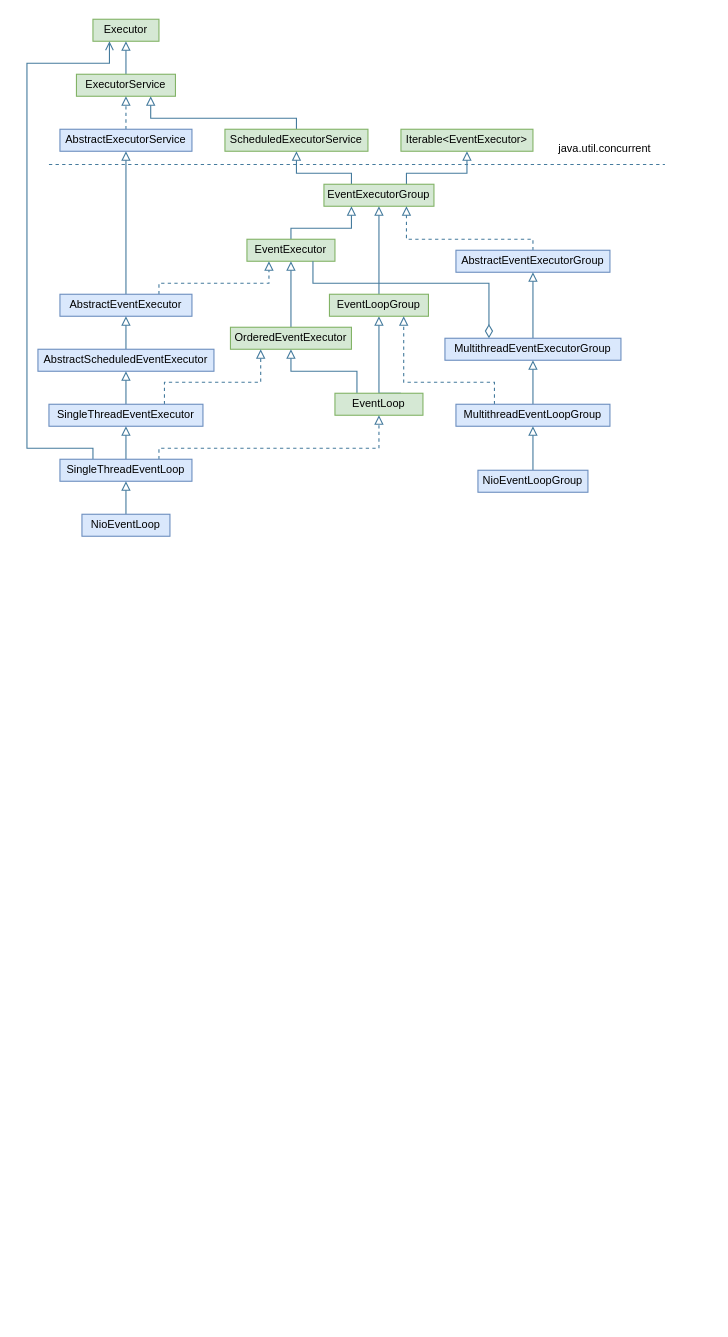
Earlier version of the draw.io diagram page "EventLoopGroup" (2 of 4) of drawio/netty.drawio (shanhm1991/shanhm1991.github.io). Source tidied: cells renumbered, new cells numbered last; positions are measured from the earlier drawing's top-left corner, leaving out a move shared by most shapes. Both pictures are drawn from the tidied source at 110%, with x=0, y=0 at pixel (26, 19).
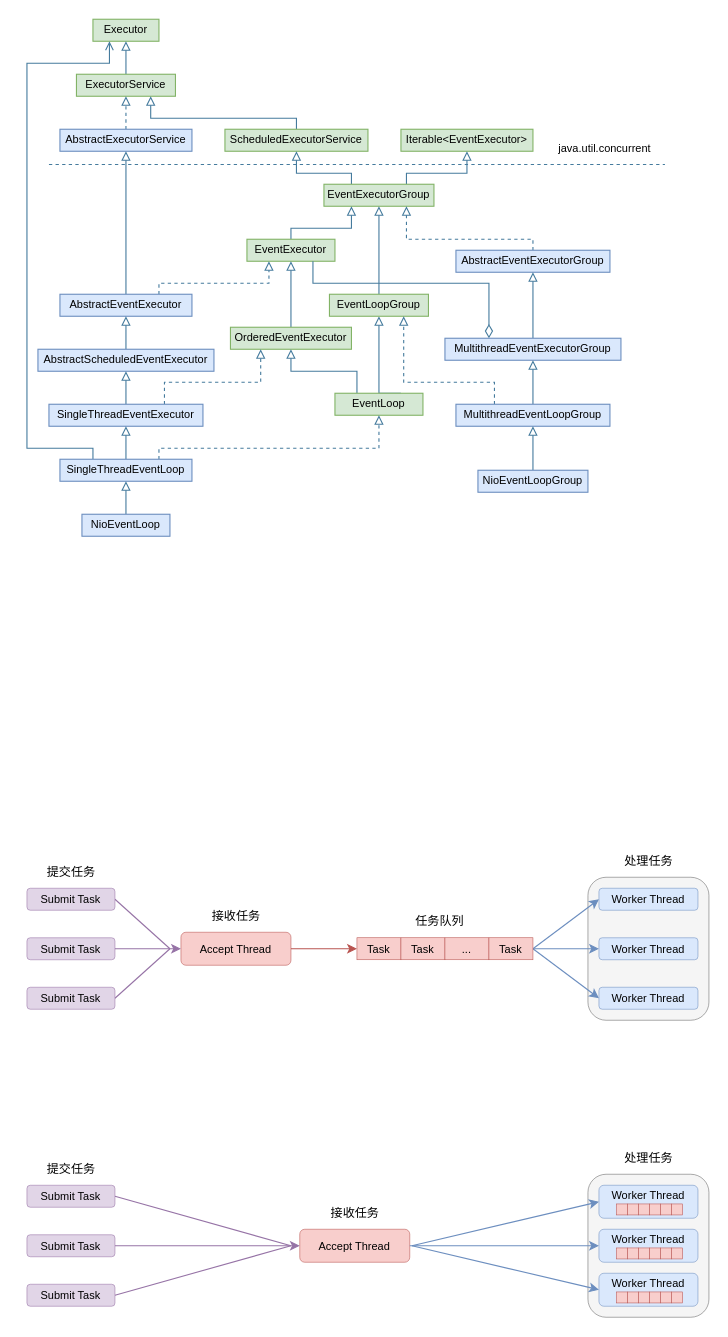
Above is the later version.

The edit, as a diff of the source:
```diff
@@
+    <mxCell id="48" style="rounded=1;whiteSpace=wrap;html=1;fillColor=#f5f5f5;strokeColor=#666666;strokeWidth=0.5;fontColor=#333333;" parent="1" vertex="1">
+      <mxGeometry x="510" y="780" width="110" height="130" as="geometry" />
+    </mxCell>
@@
+    <mxCell id="49" style="edgeStyle=none;shape=connector;rounded=0;jettySize=auto;html=1;exitX=1;exitY=0.5;exitDx=0;exitDy=0;entryX=0;entryY=0.5;entryDx=0;entryDy=0;labelBackgroundColor=default;strokeColor=#b85450;fontFamily=Helvetica;fontSize=10;fontColor=default;endArrow=classic;fillColor=#f8cecc;" parent="1" edge="1" source="50" target="57">
+      <mxGeometry relative="1" as="geometry" />
+    </mxCell>
+    <mxCell id="50" value="Accept Thread" style="rounded=1;whiteSpace=wrap;html=1;fillColor=#f8cecc;strokeColor=#b85450;strokeWidth=0.5;fontSize=10;" parent="1" vertex="1">
+      <mxGeometry x="140" y="830" width="100" height="30" as="geometry" />
+    </mxCell>
+    <mxCell id="51" style="rounded=0;jettySize=auto;html=1;exitX=1;exitY=0.5;exitDx=0;exitDy=0;entryX=0;entryY=0.5;entryDx=0;entryDy=0;fillColor=#e1d5e7;strokeColor=#9673a6;" parent="1" edge="1" source="52" target="50">
+      <mxGeometry relative="1" as="geometry" />
+    </mxCell>
+    <mxCell id="52" value="Submit Task" style="rounded=1;whiteSpace=wrap;html=1;fillColor=#e1d5e7;strokeColor=#9673a6;strokeWidth=0.5;fontSize=10;" parent="1" vertex="1">
+      <mxGeometry y="835" width="80" height="20" as="geometry" />
+    </mxCell>
+    <mxCell id="53" style="edgeStyle=none;shape=connector;rounded=0;jettySize=auto;html=1;exitX=1;exitY=0.5;exitDx=0;exitDy=0;labelBackgroundColor=default;strokeColor=#9673a6;fontFamily=Helvetica;fontSize=11;fontColor=default;endArrow=none;fillColor=#e1d5e7;endFill=0;" parent="1" edge="1" source="54">
+      <mxGeometry relative="1" as="geometry">
+        <mxPoint x="130" y="845" as="targetPoint" />
+      </mxGeometry>
+    </mxCell>
+    <mxCell id="54" value="Submit Task" style="rounded=1;whiteSpace=wrap;html=1;fillColor=#e1d5e7;strokeColor=#9673a6;strokeWidth=0.5;fontSize=10;" parent="1" vertex="1">
+      <mxGeometry y="790" width="80" height="20" as="geometry" />
+    </mxCell>
+    <mxCell id="55" style="edgeStyle=none;shape=connector;rounded=0;jettySize=auto;html=1;exitX=1;exitY=0.5;exitDx=0;exitDy=0;labelBackgroundColor=default;strokeColor=#9673a6;fontFamily=Helvetica;fontSize=11;fontColor=default;endArrow=none;fillColor=#e1d5e7;endFill=0;" parent="1" edge="1" source="56">
+      <mxGeometry relative="1" as="geometry">
+        <mxPoint x="130" y="845" as="targetPoint" />
+      </mxGeometry>
+    </mxCell>
+    <mxCell id="56" value="Submit Task" style="rounded=1;whiteSpace=wrap;html=1;fillColor=#e1d5e7;strokeColor=#9673a6;strokeWidth=0.5;fontSize=10;" parent="1" vertex="1">
+      <mxGeometry y="880" width="80" height="20" as="geometry" />
+    </mxCell>
+    <mxCell id="57" value="Task" style="rounded=0;whiteSpace=wrap;html=1;fillColor=#f8cecc;strokeColor=#b85450;strokeWidth=0.5;fontSize=10;" parent="1" vertex="1">
+      <mxGeometry x="300" y="835" width="40" height="20" as="geometry" />
+    </mxCell>
+    <mxCell id="58" value="Task" style="rounded=0;whiteSpace=wrap;html=1;fillColor=#f8cecc;strokeColor=#b85450;strokeWidth=0.5;fontSize=10;" parent="1" vertex="1">
+      <mxGeometry x="340" y="835" width="40" height="20" as="geometry" />
+    </mxCell>
+    <mxCell id="59" value="..." style="rounded=0;whiteSpace=wrap;html=1;fillColor=#f8cecc;strokeColor=#b85450;strokeWidth=0.5;fontSize=10;" parent="1" vertex="1">
+      <mxGeometry x="380" y="835" width="40" height="20" as="geometry" />
+    </mxCell>
+    <mxCell id="60" style="edgeStyle=none;shape=connector;rounded=0;jettySize=auto;html=1;exitX=1;exitY=0.5;exitDx=0;exitDy=0;entryX=0;entryY=0.5;entryDx=0;entryDy=0;labelBackgroundColor=default;strokeColor=#6c8ebf;fontFamily=Helvetica;fontSize=11;fontColor=default;endArrow=classic;fillColor=#dae8fc;" parent="1" edge="1" source="63" target="64">
+      <mxGeometry relative="1" as="geometry" />
+    </mxCell>
+    <mxCell id="61" style="edgeStyle=none;shape=connector;rounded=0;jettySize=auto;html=1;exitX=1;exitY=0.5;exitDx=0;exitDy=0;entryX=0;entryY=0.5;entryDx=0;entryDy=0;labelBackgroundColor=default;strokeColor=#6c8ebf;fontFamily=Helvetica;fontSize=10;fontColor=default;endArrow=classic;fillColor=#dae8fc;" parent="1" edge="1" source="63" target="66">
+      <mxGeometry relative="1" as="geometry" />
+    </mxCell>
+    <mxCell id="62" style="edgeStyle=none;shape=connector;rounded=0;jettySize=auto;html=1;exitX=1;exitY=0.5;exitDx=0;exitDy=0;entryX=0;entryY=0.5;entryDx=0;entryDy=0;labelBackgroundColor=default;strokeColor=#6c8ebf;fontFamily=Helvetica;fontSize=10;fontColor=default;endArrow=classic;fillColor=#dae8fc;" parent="1" edge="1" source="63" target="65">
+      <mxGeometry relative="1" as="geometry" />
+    </mxCell>
+    <mxCell id="63" value="Task" style="rounded=0;whiteSpace=wrap;html=1;fillColor=#f8cecc;strokeColor=#b85450;strokeWidth=0.5;fontSize=10;" parent="1" vertex="1">
+      <mxGeometry x="420" y="835" width="40" height="20" as="geometry" />
+    </mxCell>
+    <mxCell id="64" value="Worker Thread" style="rounded=1;whiteSpace=wrap;html=1;fillColor=#dae8fc;strokeColor=#6c8ebf;strokeWidth=0.5;fontSize=10;" parent="1" vertex="1">
+      <mxGeometry x="520" y="790" width="90" height="20" as="geometry" />
+    </mxCell>
+    <mxCell id="65" value="Worker Thread" style="rounded=1;whiteSpace=wrap;html=1;fillColor=#dae8fc;strokeColor=#6c8ebf;strokeWidth=0.5;fontSize=10;" parent="1" vertex="1">
+      <mxGeometry x="520" y="880" width="90" height="20" as="geometry" />
+    </mxCell>
+    <mxCell id="66" value="Worker Thread" style="rounded=1;whiteSpace=wrap;html=1;fillColor=#dae8fc;strokeColor=#6c8ebf;strokeWidth=0.5;fontSize=10;" parent="1" vertex="1">
+      <mxGeometry x="520" y="835" width="90" height="20" as="geometry" />
+    </mxCell>
+    <mxCell id="67" value="接收任务" style="text;html=1;align=center;verticalAlign=middle;strokeColor=none;fillColor=none;fontSize=11;fontFamily=Helvetica;fontColor=default;" parent="1" vertex="1">
+      <mxGeometry x="155" y="800" width="70" height="30" as="geometry" />
+    </mxCell>
+    <mxCell id="68" value="任务队列" style="text;html=1;align=center;verticalAlign=middle;strokeColor=none;fillColor=none;fontSize=11;fontFamily=Helvetica;fontColor=default;" parent="1" vertex="1">
+      <mxGeometry x="340" y="805" width="70" height="30" as="geometry" />
+    </mxCell>
+    <mxCell id="69" value="处理任务" style="text;html=1;align=center;verticalAlign=middle;strokeColor=none;fillColor=none;fontSize=11;fontFamily=Helvetica;fontColor=default;" parent="1" vertex="1">
+      <mxGeometry x="530" y="750" width="70" height="30" as="geometry" />
+    </mxCell>
+    <mxCell id="70" value="提交任务" style="text;html=1;align=center;verticalAlign=middle;strokeColor=none;fillColor=none;fontSize=11;fontFamily=Helvetica;fontColor=default;" parent="1" vertex="1">
+      <mxGeometry x="5" y="760" width="70" height="30" as="geometry" />
+    </mxCell>
+    <mxCell id="71" style="rounded=1;whiteSpace=wrap;html=1;fillColor=#f5f5f5;strokeColor=#666666;strokeWidth=0.5;fontColor=#333333;fontSize=10;" parent="1" vertex="1">
+      <mxGeometry x="510" y="1050" width="110" height="130" as="geometry" />
+    </mxCell>
+    <mxCell id="72" value="Accept Thread" style="rounded=1;whiteSpace=wrap;html=1;fillColor=#f8cecc;strokeColor=#b85450;strokeWidth=0.5;fontSize=10;" parent="1" vertex="1">
+      <mxGeometry x="248" y="1100" width="100" height="30" as="geometry" />
+    </mxCell>
+    <mxCell id="73" style="rounded=0;jettySize=auto;html=1;exitX=1;exitY=0.5;exitDx=0;exitDy=0;entryX=0;entryY=0.5;entryDx=0;entryDy=0;fillColor=#e1d5e7;strokeColor=#9673a6;" parent="1" edge="1" source="74" target="72">
+      <mxGeometry relative="1" as="geometry" />
+    </mxCell>
+    <mxCell id="74" value="Submit Task" style="rounded=1;whiteSpace=wrap;html=1;fillColor=#e1d5e7;strokeColor=#9673a6;strokeWidth=0.5;fontSize=10;" parent="1" vertex="1">
+      <mxGeometry y="1105" width="80" height="20" as="geometry" />
+    </mxCell>
+    <mxCell id="75" style="edgeStyle=none;shape=connector;rounded=0;jettySize=auto;html=1;exitX=1;exitY=0.5;exitDx=0;exitDy=0;labelBackgroundColor=default;strokeColor=#9673a6;fontFamily=Helvetica;fontSize=11;fontColor=default;endArrow=none;fillColor=#e1d5e7;endFill=0;" parent="1" edge="1" source="76">
+      <mxGeometry relative="1" as="geometry">
+        <mxPoint x="240" y="1115" as="targetPoint" />
+      </mxGeometry>
+    </mxCell>
+    <mxCell id="76" value="Submit Task" style="rounded=1;whiteSpace=wrap;html=1;fillColor=#e1d5e7;strokeColor=#9673a6;strokeWidth=0.5;fontSize=10;" parent="1" vertex="1">
+      <mxGeometry y="1060" width="80" height="20" as="geometry" />
+    </mxCell>
+    <mxCell id="77" style="edgeStyle=none;shape=connector;rounded=0;jettySize=auto;html=1;exitX=1;exitY=0.5;exitDx=0;exitDy=0;labelBackgroundColor=default;strokeColor=#9673a6;fontFamily=Helvetica;fontSize=11;fontColor=default;endArrow=none;fillColor=#e1d5e7;endFill=0;" parent="1" edge="1" source="78">
+      <mxGeometry relative="1" as="geometry">
+        <mxPoint x="240" y="1115" as="targetPoint" />
+      </mxGeometry>
+    </mxCell>
+    <mxCell id="78" value="Submit Task" style="rounded=1;whiteSpace=wrap;html=1;fillColor=#e1d5e7;strokeColor=#9673a6;strokeWidth=0.5;fontSize=10;" parent="1" vertex="1">
+      <mxGeometry y="1150" width="80" height="20" as="geometry" />
+    </mxCell>
+    <mxCell id="79" style="edgeStyle=none;shape=connector;rounded=0;jettySize=auto;html=1;entryX=0;entryY=0.5;entryDx=0;entryDy=0;labelBackgroundColor=default;strokeColor=#6c8ebf;fontFamily=Helvetica;fontSize=10;fontColor=default;endArrow=classic;fillColor=#dae8fc;" parent="1" edge="1" target="82">
+      <mxGeometry relative="1" as="geometry">
+        <mxPoint x="350" y="1115" as="sourcePoint" />
+      </mxGeometry>
+    </mxCell>
+    <mxCell id="80" style="edgeStyle=none;shape=connector;rounded=0;jettySize=auto;html=1;exitX=1;exitY=0.5;exitDx=0;exitDy=0;entryX=0;entryY=0.5;entryDx=0;entryDy=0;labelBackgroundColor=default;strokeColor=#6c8ebf;fontFamily=Helvetica;fontSize=10;fontColor=default;endArrow=classic;fillColor=#dae8fc;" parent="1" edge="1" source="72" target="84">
+      <mxGeometry relative="1" as="geometry" />
+    </mxCell>
+    <mxCell id="81" style="edgeStyle=none;shape=connector;rounded=0;jettySize=auto;html=1;entryX=0;entryY=0.5;entryDx=0;entryDy=0;labelBackgroundColor=default;strokeColor=#6c8ebf;fontFamily=Helvetica;fontSize=10;fontColor=default;endArrow=classic;fillColor=#dae8fc;" parent="1" edge="1" target="83">
+      <mxGeometry relative="1" as="geometry">
+        <mxPoint x="350" y="1115" as="sourcePoint" />
+      </mxGeometry>
+    </mxCell>
+    <mxCell id="82" value="Worker Thread&lt;br&gt;&amp;nbsp;&amp;nbsp;" style="rounded=1;whiteSpace=wrap;html=1;fillColor=#dae8fc;strokeColor=#6c8ebf;strokeWidth=0.5;fontSize=10;" parent="1" vertex="1">
+      <mxGeometry x="520" y="1060" width="90" height="30" as="geometry" />
+    </mxCell>
+    <mxCell id="83" value="Worker Thread&lt;br&gt;&amp;nbsp;" style="rounded=1;whiteSpace=wrap;html=1;fillColor=#dae8fc;strokeColor=#6c8ebf;strokeWidth=0.5;fontSize=10;" parent="1" vertex="1">
+      <mxGeometry x="520" y="1140" width="90" height="30" as="geometry" />
+    </mxCell>
+    <mxCell id="84" value="Worker Thread&lt;br&gt;&amp;nbsp;" style="rounded=1;whiteSpace=wrap;html=1;fillColor=#dae8fc;strokeColor=#6c8ebf;strokeWidth=0.5;fontSize=10;" parent="1" vertex="1">
+      <mxGeometry x="520" y="1100" width="90" height="30" as="geometry" />
+    </mxCell>
+    <mxCell id="85" value="接收任务" style="text;html=1;align=center;verticalAlign=middle;strokeColor=none;fillColor=none;fontSize=11;fontFamily=Helvetica;fontColor=default;" parent="1" vertex="1">
+      <mxGeometry x="263" y="1070" width="70" height="30" as="geometry" />
+    </mxCell>
+    <mxCell id="86" value="处理任务" style="text;html=1;align=center;verticalAlign=middle;strokeColor=none;fillColor=none;fontSize=11;fontFamily=Helvetica;fontColor=default;" parent="1" vertex="1">
+      <mxGeometry x="530" y="1020" width="70" height="30" as="geometry" />
+    </mxCell>
+    <mxCell id="87" value="提交任务" style="text;html=1;align=center;verticalAlign=middle;strokeColor=none;fillColor=none;fontSize=11;fontFamily=Helvetica;fontColor=default;" parent="1" vertex="1">
+      <mxGeometry x="5" y="1030" width="70" height="30" as="geometry" />
+    </mxCell>
+    <mxCell id="88" style="rounded=0;whiteSpace=wrap;html=1;fillColor=#f8cecc;strokeColor=#b85450;strokeWidth=0.5;fontSize=10;" parent="1" vertex="1">
+      <mxGeometry x="536" y="1157" width="10" height="10" as="geometry" />
+    </mxCell>
+    <mxCell id="89" style="rounded=0;whiteSpace=wrap;html=1;fillColor=#f8cecc;strokeColor=#b85450;strokeWidth=0.5;fontSize=10;" parent="1" vertex="1">
+      <mxGeometry x="546" y="1157" width="10" height="10" as="geometry" />
+    </mxCell>
+    <mxCell id="90" style="rounded=0;whiteSpace=wrap;html=1;fillColor=#f8cecc;strokeColor=#b85450;strokeWidth=0.5;fontSize=10;" parent="1" vertex="1">
+      <mxGeometry x="556" y="1157" width="10" height="10" as="geometry" />
+    </mxCell>
+    <mxCell id="91" style="rounded=0;whiteSpace=wrap;html=1;fillColor=#f8cecc;strokeColor=#b85450;strokeWidth=0.5;fontSize=10;" parent="1" vertex="1">
+      <mxGeometry x="566" y="1157" width="10" height="10" as="geometry" />
+    </mxCell>
+    <mxCell id="92" style="rounded=0;whiteSpace=wrap;html=1;fillColor=#f8cecc;strokeColor=#b85450;strokeWidth=0.5;fontSize=10;" parent="1" vertex="1">
+      <mxGeometry x="576" y="1157" width="10" height="10" as="geometry" />
+    </mxCell>
+    <mxCell id="93" style="rounded=0;whiteSpace=wrap;html=1;fillColor=#f8cecc;strokeColor=#b85450;strokeWidth=0.5;fontSize=10;" parent="1" vertex="1">
+      <mxGeometry x="586" y="1157" width="10" height="10" as="geometry" />
+    </mxCell>
+    <mxCell id="94" style="rounded=0;whiteSpace=wrap;html=1;fillColor=#f8cecc;strokeColor=#b85450;strokeWidth=0.5;fontSize=10;" parent="1" vertex="1">
+      <mxGeometry x="536" y="1117" width="10" height="10" as="geometry" />
+    </mxCell>
+    <mxCell id="95" style="rounded=0;whiteSpace=wrap;html=1;fillColor=#f8cecc;strokeColor=#b85450;strokeWidth=0.5;fontSize=10;" parent="1" vertex="1">
+      <mxGeometry x="546" y="1117" width="10" height="10" as="geometry" />
+    </mxCell>
+    <mxCell id="96" style="rounded=0;whiteSpace=wrap;html=1;fillColor=#f8cecc;strokeColor=#b85450;strokeWidth=0.5;fontSize=10;" parent="1" vertex="1">
+      <mxGeometry x="556" y="1117" width="10" height="10" as="geometry" />
+    </mxCell>
+    <mxCell id="97" style="rounded=0;whiteSpace=wrap;html=1;fillColor=#f8cecc;strokeColor=#b85450;strokeWidth=0.5;fontSize=10;" parent="1" vertex="1">
+      <mxGeometry x="566" y="1117" width="10" height="10" as="geometry" />
+    </mxCell>
+    <mxCell id="98" style="rounded=0;whiteSpace=wrap;html=1;fillColor=#f8cecc;strokeColor=#b85450;strokeWidth=0.5;fontSize=10;" parent="1" vertex="1">
+      <mxGeometry x="576" y="1117" width="10" height="10" as="geometry" />
+    </mxCell>
+    <mxCell id="99" style="rounded=0;whiteSpace=wrap;html=1;fillColor=#f8cecc;strokeColor=#b85450;strokeWidth=0.5;fontSize=10;" parent="1" vertex="1">
+      <mxGeometry x="586" y="1117" width="10" height="10" as="geometry" />
+    </mxCell>
+    <mxCell id="100" style="rounded=0;whiteSpace=wrap;html=1;fillColor=#f8cecc;strokeColor=#b85450;strokeWidth=0.5;fontSize=10;" parent="1" vertex="1">
+      <mxGeometry x="536" y="1077" width="10" height="10" as="geometry" />
+    </mxCell>
+    <mxCell id="101" style="rounded=0;whiteSpace=wrap;html=1;fillColor=#f8cecc;strokeColor=#b85450;strokeWidth=0.5;fontSize=10;" parent="1" vertex="1">
+      <mxGeometry x="546" y="1077" width="10" height="10" as="geometry" />
+    </mxCell>
+    <mxCell id="102" style="rounded=0;whiteSpace=wrap;html=1;fillColor=#f8cecc;strokeColor=#b85450;strokeWidth=0.5;fontSize=10;" parent="1" vertex="1">
+      <mxGeometry x="556" y="1077" width="10" height="10" as="geometry" />
+    </mxCell>
+    <mxCell id="103" style="rounded=0;whiteSpace=wrap;html=1;fillColor=#f8cecc;strokeColor=#b85450;strokeWidth=0.5;fontSize=10;" parent="1" vertex="1">
+      <mxGeometry x="566" y="1077" width="10" height="10" as="geometry" />
+    </mxCell>
+    <mxCell id="104" style="rounded=0;whiteSpace=wrap;html=1;fillColor=#f8cecc;strokeColor=#b85450;strokeWidth=0.5;fontSize=10;" parent="1" vertex="1">
+      <mxGeometry x="576" y="1077" width="10" height="10" as="geometry" />
+    </mxCell>
+    <mxCell id="105" style="rounded=0;whiteSpace=wrap;html=1;fillColor=#f8cecc;strokeColor=#b85450;strokeWidth=0.5;fontSize=10;" parent="1" vertex="1">
+      <mxGeometry x="586" y="1077" width="10" height="10" as="geometry" />
+    </mxCell>
```
